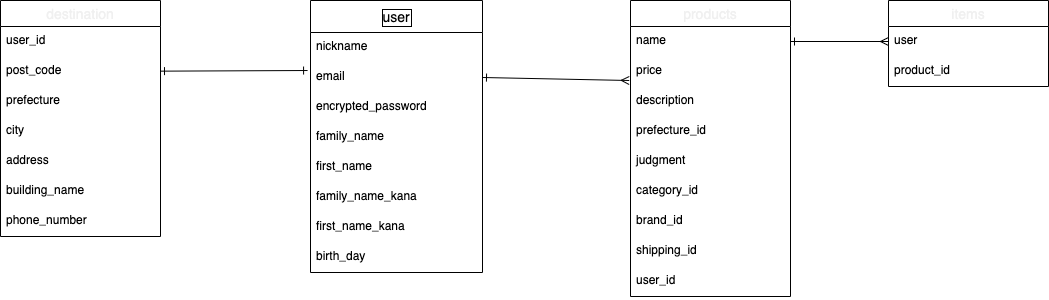
GK9130/furima-37239 keeps this draw.io diagram as furima.drawio.png. Above is the earlier version. Source tidied: cells renumbered, new cells last; positions are measured from the earlier drawing's top-left corner, leaving out a move shared by most shapes.
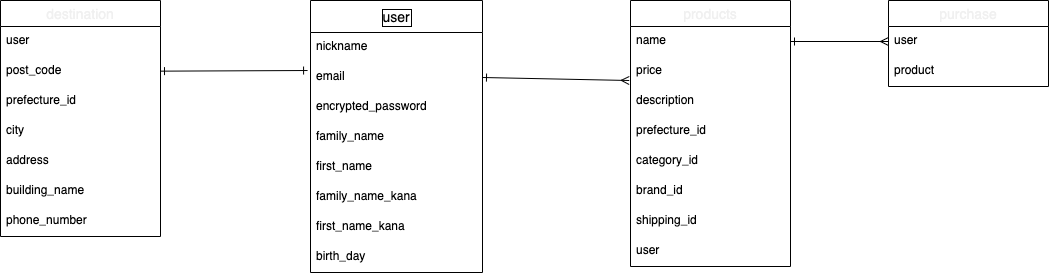
The same diagram one commit later.

Commit message:
ER図・DB設計3

Diff of the diagram source:
```diff
@@ -32,13 +32,13 @@
     <mxCell id="11" value="destination" style="swimlane;fontStyle=0;horizontal=1;startSize=26;align=center;fontSize=14;fontColor=#f0f0f0;" parent="1" vertex="1">
       <mxGeometry width="160" height="236" as="geometry" />
     </mxCell>
-    <mxCell id="12" value="user_id" style="text;strokeColor=none;fillColor=none;spacingLeft=4;spacingRight=4;overflow=hidden;fontSize=12;" parent="11" vertex="1">
+    <mxCell id="12" value="user" style="text;strokeColor=none;fillColor=none;spacingLeft=4;spacingRight=4;overflow=hidden;fontSize=12;" parent="11" vertex="1">
       <mxGeometry y="26" width="160" height="30" as="geometry" />
     </mxCell>
     <mxCell id="13" value="post_code" style="text;strokeColor=none;fillColor=none;spacingLeft=4;spacingRight=4;overflow=hidden;fontSize=12;" parent="11" vertex="1">
       <mxGeometry y="56" width="160" height="30" as="geometry" />
     </mxCell>
-    <mxCell id="14" value="prefecture" style="text;strokeColor=none;fillColor=none;spacingLeft=4;spacingRight=4;overflow=hidden;fontSize=12;" parent="11" vertex="1">
+    <mxCell id="14" value="prefecture_id" style="text;strokeColor=none;fillColor=none;spacingLeft=4;spacingRight=4;overflow=hidden;fontSize=12;" parent="11" vertex="1">
       <mxGeometry y="86" width="160" height="30" as="geometry" />
     </mxCell>
     <mxCell id="15" value="city" style="text;strokeColor=none;fillColor=none;spacingLeft=4;spacingRight=4;overflow=hidden;fontSize=12;" parent="11" vertex="1">
@@ -54,7 +54,7 @@
       <mxGeometry y="206" width="160" height="30" as="geometry" />
     </mxCell>
     <mxCell id="19" value="products" style="swimlane;fontStyle=0;horizontal=1;startSize=26;align=center;fontSize=14;fontColor=#f0f0f0;" parent="1" vertex="1">
-      <mxGeometry x="630" width="160" height="296" as="geometry" />
+      <mxGeometry x="630" width="160" height="266" as="geometry" />
     </mxCell>
     <mxCell id="20" value="name" style="text;strokeColor=none;fillColor=none;spacingLeft=4;spacingRight=4;overflow=hidden;points=[[0,0.5],[1,0.5]];portConstraint=eastwest;fontSize=12;" parent="19" vertex="1">
       <mxGeometry y="26" width="160" height="30" as="geometry" />
@@ -68,28 +68,25 @@
     <mxCell id="23" value="prefecture_id" style="text;strokeColor=none;fillColor=none;spacingLeft=4;spacingRight=4;overflow=hidden;fontSize=12;" parent="19" vertex="1">
       <mxGeometry y="116" width="160" height="30" as="geometry" />
     </mxCell>
-    <mxCell id="24" value="judgment" style="text;strokeColor=none;fillColor=none;spacingLeft=4;spacingRight=4;overflow=hidden;fontSize=12;" parent="19" vertex="1">
-      <mxGeometry y="146" width="160" height="30" as="geometry" />
-    </mxCell>
     <mxCell id="25" value="category_id" style="text;strokeColor=none;fillColor=none;spacingLeft=4;spacingRight=4;overflow=hidden;fontSize=12;" parent="19" vertex="1">
-      <mxGeometry y="176" width="160" height="30" as="geometry" />
+      <mxGeometry y="146" width="160" height="30" as="geometry" />
     </mxCell>
     <mxCell id="26" value="brand_id" style="text;strokeColor=none;fillColor=none;spacingLeft=4;spacingRight=4;overflow=hidden;fontSize=12;" parent="19" vertex="1">
-      <mxGeometry y="206" width="160" height="30" as="geometry" />
+      <mxGeometry y="176" width="160" height="30" as="geometry" />
     </mxCell>
     <mxCell id="27" value="shipping_id" style="text;strokeColor=none;fillColor=none;spacingLeft=4;spacingRight=4;overflow=hidden;fontSize=12;" parent="19" vertex="1">
-      <mxGeometry y="236" width="160" height="30" as="geometry" />
+      <mxGeometry y="206" width="160" height="30" as="geometry" />
     </mxCell>
-    <mxCell id="28" value="user_id" style="text;strokeColor=none;fillColor=none;spacingLeft=4;spacingRight=4;overflow=hidden;fontSize=12;" parent="19" vertex="1">
-      <mxGeometry y="266" width="160" height="30" as="geometry" />
+    <mxCell id="28" value="user" style="text;strokeColor=none;fillColor=none;spacingLeft=4;spacingRight=4;overflow=hidden;fontSize=12;" parent="19" vertex="1">
+      <mxGeometry y="236" width="160" height="30" as="geometry" />
     </mxCell>
-    <mxCell id="29" value="items" style="swimlane;fontStyle=0;horizontal=1;startSize=26;align=center;fontSize=14;fontColor=#f0f0f0;" parent="1" vertex="1">
+    <mxCell id="29" value="purchase" style="swimlane;fontStyle=0;horizontal=1;startSize=26;align=center;fontSize=14;fontColor=#f0f0f0;" parent="1" vertex="1">
       <mxGeometry x="888" width="160" height="86" as="geometry" />
     </mxCell>
     <mxCell id="30" value="user" style="text;strokeColor=none;fillColor=none;spacingLeft=4;spacingRight=4;overflow=hidden;points=[[0,0.5],[1,0.5]];portConstraint=eastwest;fontSize=12;" parent="29" vertex="1">
       <mxGeometry y="26" width="160" height="30" as="geometry" />
     </mxCell>
-    <mxCell id="31" value="product_id" style="text;strokeColor=none;fillColor=none;spacingLeft=4;spacingRight=4;overflow=hidden;fontSize=12;" parent="29" vertex="1">
+    <mxCell id="31" value="product" style="text;strokeColor=none;fillColor=none;spacingLeft=4;spacingRight=4;overflow=hidden;fontSize=12;" parent="29" vertex="1">
       <mxGeometry y="56" width="160" height="30" as="geometry" />
     </mxCell>
     <mxCell id="32" style="edgeStyle=none;html=1;exitX=1;exitY=0.5;exitDx=0;exitDy=0;entryX=-0.008;entryY=0.8;entryDx=0;entryDy=0;entryPerimeter=0;fontColor=#f0f0f0;startArrow=ERone;startFill=0;endArrow=ERmany;endFill=0;" parent="1" edge="1" source="4" target="21">
```
